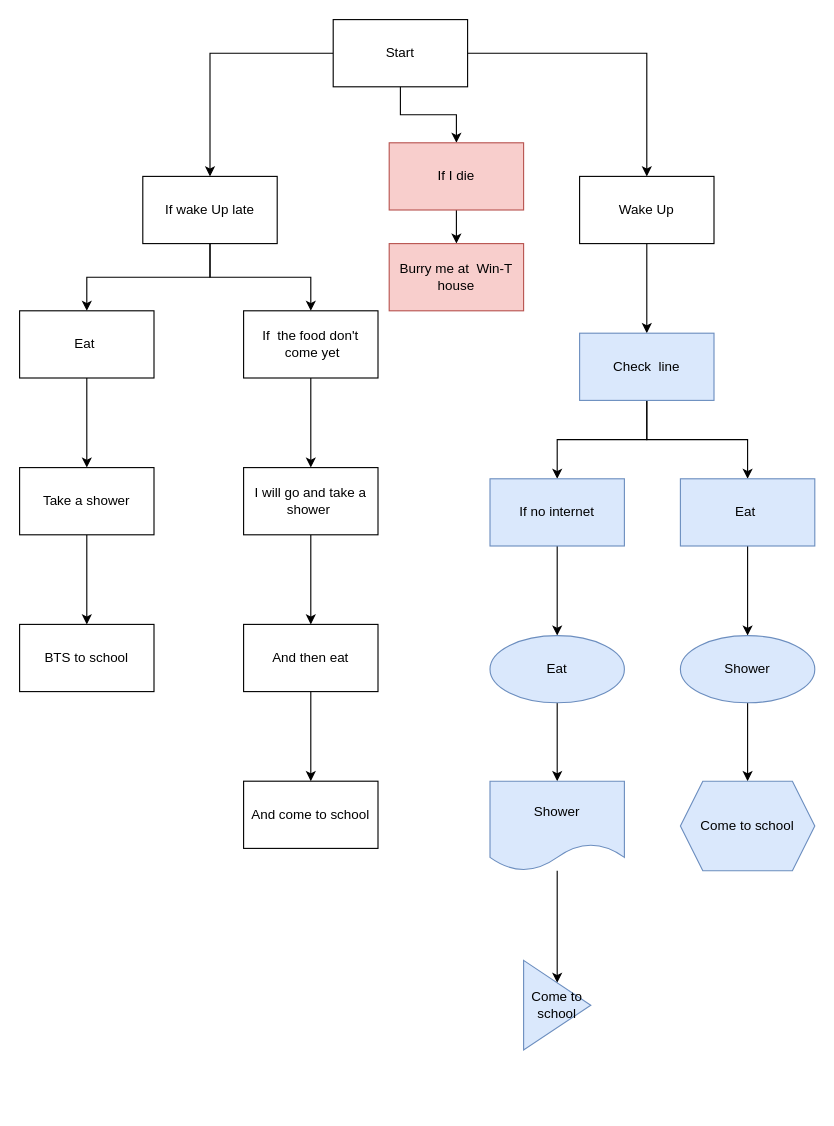
Before: Untitled Diagram.drawio in Ithzz-Newton/Dayssk, a draw.io diagram. Source tidied: cells renumbered, new cells numbered last; positions are measured from the earlier drawing's top-left corner, leaving out a move shared by most shapes. Both pictures are drawn from the tidied source at 112%, with x=0, y=0 at pixel (19, 19).
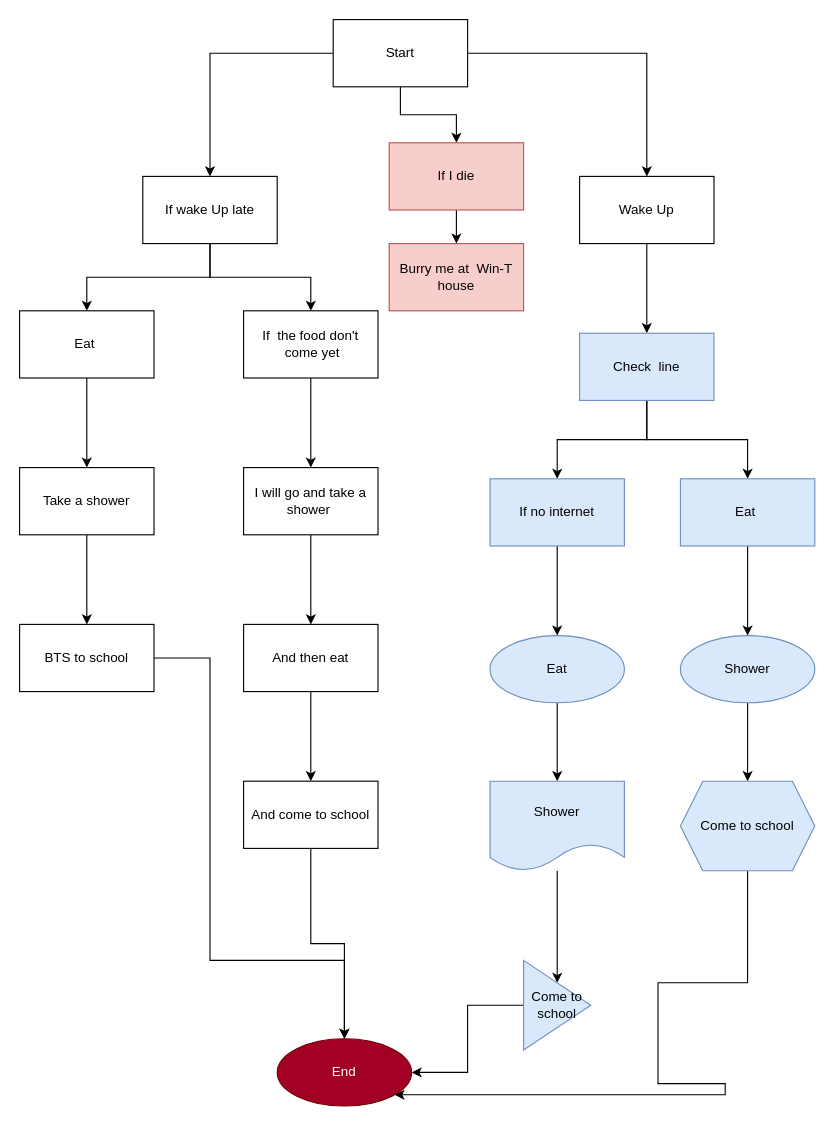
The same page after the edit.

The change refers to these unchanged cells:
```xml
<mxCell id="22" value="And come to school" style="whiteSpace=wrap;html=1;rounded=0;" parent="1" vertex="1">
  <mxGeometry x="200" y="680" width="120" height="60" as="geometry" />
</mxCell>
<mxCell id="25" value="BTS to school" style="whiteSpace=wrap;html=1;rounded=0;" parent="1" vertex="1">
  <mxGeometry y="540" width="120" height="60" as="geometry" />
</mxCell>
<mxCell id="35" value="Come to school" style="shape=hexagon;perimeter=hexagonPerimeter2;whiteSpace=wrap;html=1;fixedSize=1;fillColor=#dae8fc;strokeColor=#6c8ebf;rounded=0;" parent="1" vertex="1">
  <mxGeometry x="590" y="680" width="120" height="80" as="geometry" />
</mxCell>
<mxCell id="40" value="Come to school" style="triangle;whiteSpace=wrap;html=1;fillColor=#dae8fc;strokeColor=#6c8ebf;rounded=0;" parent="1" vertex="1">
  <mxGeometry x="450" y="840" width="60" height="80" as="geometry" />
</mxCell>
```

Change to the diagram source:
```diff
@@
+    <mxCell id="41" style="edgeStyle=orthogonalEdgeStyle;rounded=0;jettySize=auto;html=1;" parent="1" edge="1" source="22" target="45">
+      <mxGeometry relative="1" as="geometry" />
+    </mxCell>
@@
+    <mxCell id="42" style="edgeStyle=orthogonalEdgeStyle;rounded=0;jettySize=auto;html=1;entryX=0.5;entryY=0;entryDx=0;entryDy=0;entryPerimeter=0;" parent="1" edge="1" source="25" target="45">
+      <mxGeometry relative="1" as="geometry">
+        <Array as="points">
+          <mxPoint x="170" y="570" />
+          <mxPoint x="170" y="840" />
+        </Array>
+      </mxGeometry>
+    </mxCell>
@@
+    <mxCell id="43" style="edgeStyle=orthogonalEdgeStyle;rounded=0;jettySize=auto;html=1;" parent="1" edge="1" source="35" target="45">
+      <mxGeometry relative="1" as="geometry">
+        <Array as="points">
+          <mxPoint x="650" y="860" />
+          <mxPoint x="570" y="860" />
+          <mxPoint x="570" y="950" />
+          <mxPoint x="630" y="950" />
+          <mxPoint x="630" y="960" />
+        </Array>
+      </mxGeometry>
+    </mxCell>
@@
+    <mxCell id="44" style="edgeStyle=orthogonalEdgeStyle;rounded=0;jettySize=auto;html=1;" parent="1" edge="1" source="40" target="45">
+      <mxGeometry relative="1" as="geometry" />
+    </mxCell>
@@
+    <mxCell id="45" value="End" style="ellipse;whiteSpace=wrap;html=1;rounded=0;fillColor=#a20025;fontColor=#ffffff;strokeColor=#6F0000;" parent="1" vertex="1">
+      <mxGeometry x="230" y="910" width="120" height="60" as="geometry" />
+    </mxCell>
```
